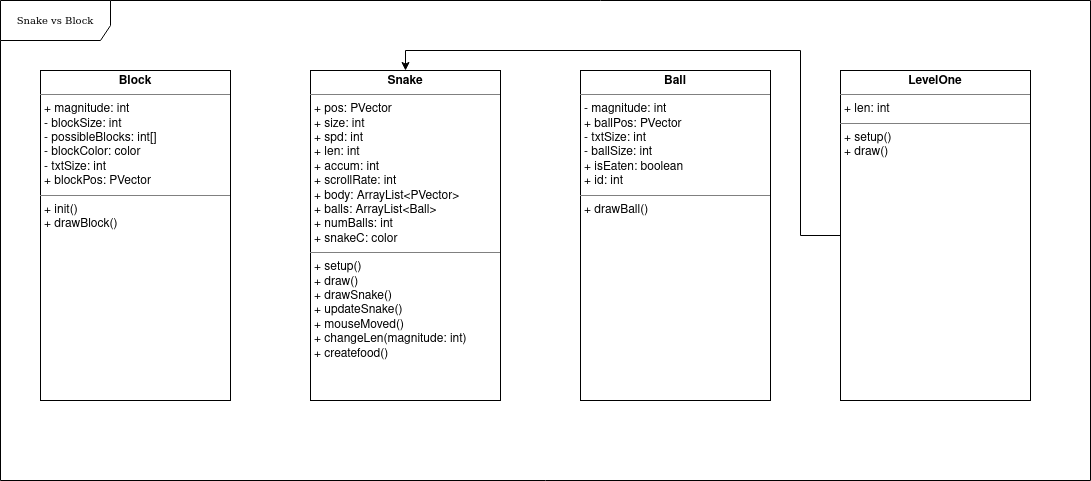
This is ouruml.png from madeline-lei/final_project, a draw.io export, as it was before one commit. Source tidied: cells renumbered, new cells last; positions are measured from the earlier drawing's top-left corner, leaving out a move shared by most shapes.
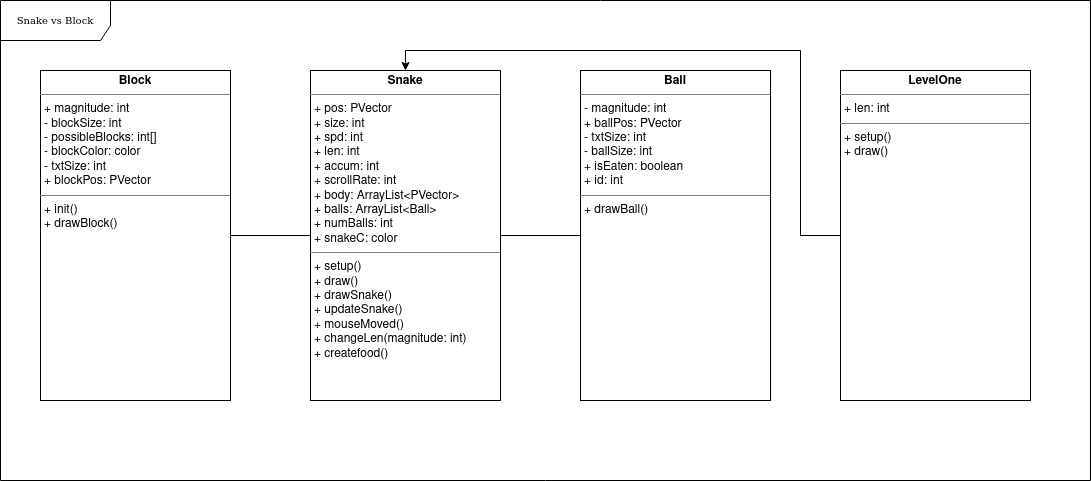
Above is the later version.

Diff of the diagram source:
```diff
@@ -5,6 +5,12 @@
     <mxCell id="2" value="Snake vs Block" style="shape=umlFrame;whiteSpace=wrap;html=1;rounded=0;shadow=0;comic=0;labelBackgroundColor=none;strokeWidth=1;fontFamily=Verdana;fontSize=10;align=center;width=110;height=40;" parent="1" vertex="1">
       <mxGeometry width="1090" height="480" as="geometry" />
     </mxCell>
+    <mxCell id="8" style="edgeStyle=orthogonalEdgeStyle;rounded=0;jettySize=auto;html=1;endArrow=none;endFill=0;" parent="1" edge="1" source="3" target="5">
+      <mxGeometry relative="1" as="geometry" />
+    </mxCell>
+    <mxCell id="9" style="edgeStyle=orthogonalEdgeStyle;rounded=0;jettySize=auto;html=1;endArrow=none;endFill=0;" parent="1" edge="1" source="3" target="4">
+      <mxGeometry relative="1" as="geometry" />
+    </mxCell>
     <mxCell id="3" value="&lt;p style=&quot;margin:0px;margin-top:4px;text-align:center;&quot;&gt;&lt;b&gt;Snake&lt;/b&gt;&lt;/p&gt;&lt;hr size=&quot;1&quot;&gt;&lt;p style=&quot;margin:0px;margin-left:4px;&quot;&gt;+ pos: PVector&lt;/p&gt;&lt;p style=&quot;margin:0px;margin-left:4px;&quot;&gt;+ size: int&lt;/p&gt;&lt;p style=&quot;margin:0px;margin-left:4px;&quot;&gt;+ spd: int&lt;/p&gt;&lt;p style=&quot;margin:0px;margin-left:4px;&quot;&gt;+ len: int&lt;/p&gt;&lt;p style=&quot;margin:0px;margin-left:4px;&quot;&gt;+ accum: int&lt;/p&gt;&lt;p style=&quot;margin:0px;margin-left:4px;&quot;&gt;+ scrollRate: int&lt;/p&gt;&lt;p style=&quot;margin:0px;margin-left:4px;&quot;&gt;&lt;/p&gt;&lt;p style=&quot;margin:0px;margin-left:4px;&quot;&gt;+ body: ArrayList&amp;lt;PVector&amp;gt;&lt;/p&gt;&lt;p style=&quot;margin:0px;margin-left:4px;&quot;&gt;+ balls: ArrayList&amp;lt;Ball&amp;gt;&lt;/p&gt;&lt;p style=&quot;margin:0px;margin-left:4px;&quot;&gt;+ numBalls: int&lt;/p&gt;&lt;p style=&quot;margin:0px;margin-left:4px;&quot;&gt;+ snakeC: color&lt;/p&gt;&lt;hr size=&quot;1&quot;&gt;&lt;p style=&quot;margin:0px;margin-left:4px;&quot;&gt;+ setup()&lt;/p&gt;&lt;p style=&quot;margin:0px;margin-left:4px;&quot;&gt;+ draw()&lt;/p&gt;&lt;p style=&quot;margin:0px;margin-left:4px;&quot;&gt;+ drawSnake()&lt;/p&gt;&lt;p style=&quot;margin:0px;margin-left:4px;&quot;&gt;+ updateSnake()&lt;/p&gt;&lt;p style=&quot;margin:0px;margin-left:4px;&quot;&gt;+ mouseMoved()&lt;/p&gt;&lt;p style=&quot;margin:0px;margin-left:4px;&quot;&gt;+ changeLen(magnitude: int)&lt;/p&gt;&lt;p style=&quot;margin:0px;margin-left:4px;&quot;&gt;+ createfood()&lt;br&gt;&lt;/p&gt;&lt;p style=&quot;margin:0px;margin-left:4px;&quot;&gt;&lt;br&gt;&lt;/p&gt;" style="verticalAlign=top;align=left;overflow=fill;fontSize=12;fontFamily=Helvetica;html=1;rounded=0;shadow=0;comic=0;labelBackgroundColor=none;strokeWidth=1;" parent="1" vertex="1">
       <mxGeometry x="310" y="70" width="190" height="330" as="geometry" />
     </mxCell>
```
